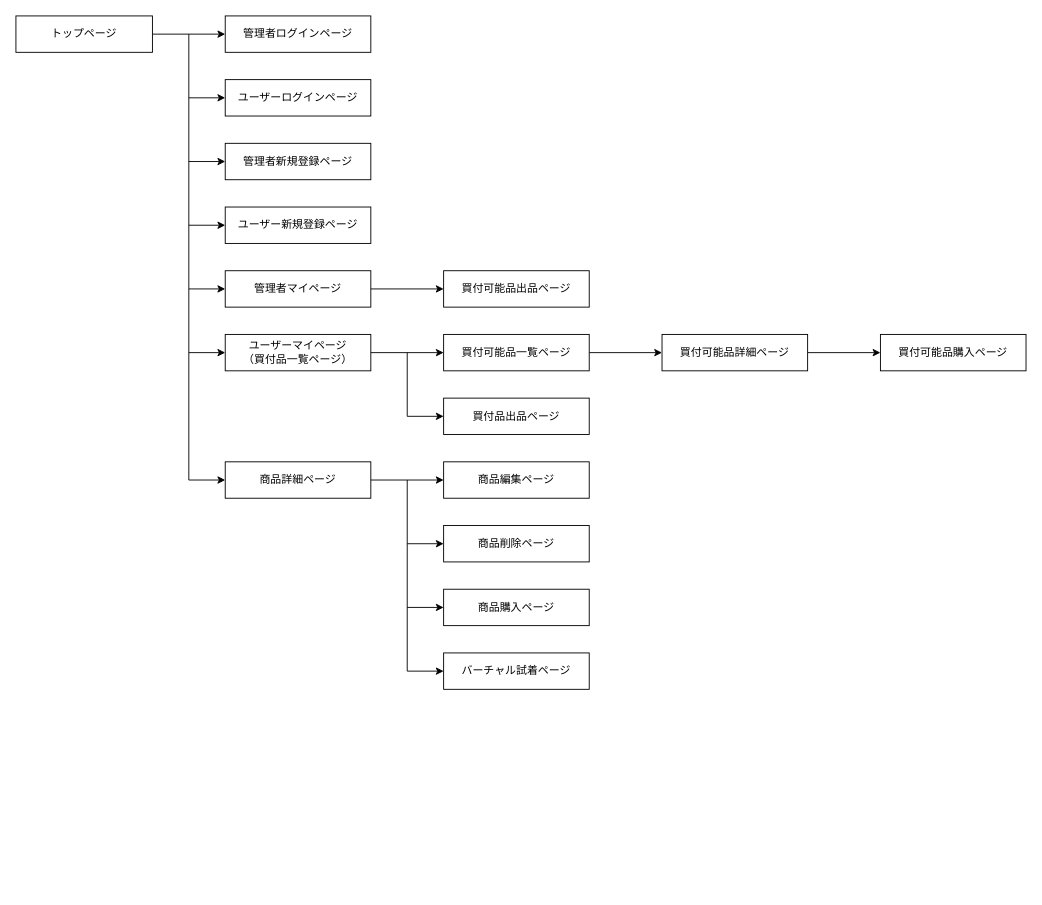
The draw.io diagram transition.dio in datiko1115/baton_app5, before the edit. Source tidied: cells renumbered, new cells numbered last; positions are measured from the earlier drawing's top-left corner, leaving out a move shared by most shapes. Both pictures are drawn from the tidied source at 91%, with x=0, y=0 at pixel (15, 15).
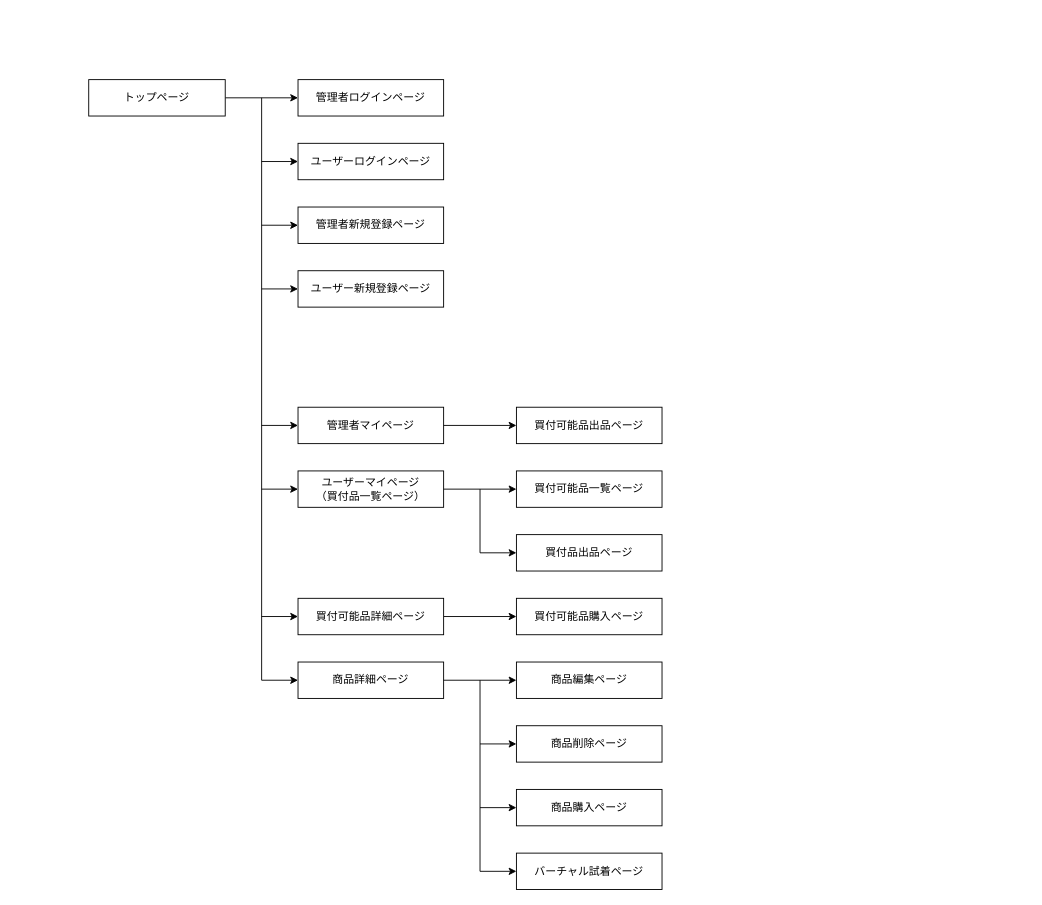
The same page after the edit.

Diff of the diagram source:
```diff
@@
     <mxCell id="3" value="トップページ" style="whiteSpace=wrap;html=1;align=center;" parent="1" vertex="1">
-      <mxGeometry width="150" height="40" as="geometry" />
+      <mxGeometry x="80" y="70" width="150" height="40" as="geometry" />
     </mxCell>
     <mxCell id="4" style="endArrow=none;html=1;rounded=0;" parent="1" edge="1">
       <mxGeometry relative="1" as="geometry">
-        <mxPoint x="190" y="20" as="sourcePoint" />
-        <mxPoint x="190" y="510" as="targetPoint" />
+        <mxPoint x="270" y="90" as="sourcePoint" />
+        <mxPoint x="270" y="730" as="targetPoint" />
       </mxGeometry>
     </mxCell>
     <mxCell id="5" value="管理者ログインページ" style="whiteSpace=wrap;html=1;align=center;" parent="1" vertex="1">
-      <mxGeometry x="230" width="160" height="40" as="geometry" />
+      <mxGeometry x="310" y="70" width="160" height="40" as="geometry" />
     </mxCell>
     <mxCell id="6" value="ユーザーログインページ" style="whiteSpace=wrap;html=1;align=center;" parent="1" vertex="1">
-      <mxGeometry x="230" y="70" width="160" height="40" as="geometry" />
+      <mxGeometry x="310" y="140" width="160" height="40" as="geometry" />
     </mxCell>
     <mxCell id="7" value="管理者新規登録ページ" style="whiteSpace=wrap;html=1;align=center;" parent="1" vertex="1">
-      <mxGeometry x="230" y="140" width="160" height="40" as="geometry" />
+      <mxGeometry x="310" y="210" width="160" height="40" as="geometry" />
     </mxCell>
     <mxCell id="8" value="ユーザー新規登録ページ" style="whiteSpace=wrap;html=1;align=center;" parent="1" vertex="1">
-      <mxGeometry x="230" y="210" width="160" height="40" as="geometry" />
+      <mxGeometry x="310" y="280" width="160" height="40" as="geometry" />
     </mxCell>
     <mxCell id="9" value="管理者マイページ" style="whiteSpace=wrap;html=1;align=center;" parent="1" vertex="1">
-      <mxGeometry x="230" y="280" width="160" height="40" as="geometry" />
+      <mxGeometry x="310" y="430" width="160" height="40" as="geometry" />
     </mxCell>
     <mxCell id="10" value="ユーザーマイページ&lt;br&gt;（買付品一覧ページ）" style="whiteSpace=wrap;html=1;align=center;" parent="1" vertex="1">
-      <mxGeometry x="230" y="350" width="160" height="40" as="geometry" />
+      <mxGeometry x="310" y="500" width="160" height="40" as="geometry" />
     </mxCell>
     <mxCell id="11" value="商品詳細ページ" style="whiteSpace=wrap;html=1;align=center;" parent="1" vertex="1">
-      <mxGeometry x="230" y="490" width="160" height="40" as="geometry" />
+      <mxGeometry x="310" y="710" width="160" height="40" as="geometry" />
     </mxCell>
     <mxCell id="12" value="買付可能品出品ページ" style="whiteSpace=wrap;html=1;align=center;" parent="1" vertex="1">
-      <mxGeometry x="470" y="280" width="160" height="40" as="geometry" />
+      <mxGeometry x="550" y="430" width="160" height="40" as="geometry" />
     </mxCell>
-    <mxCell id="13" style="edgeStyle=none;html=1;" parent="1" edge="1" source="14" target="34">
-      <mxGeometry relative="1" as="geometry" />
+    <mxCell id="13" style="edgeStyle=none;html=1;" parent="1" edge="1" target="34">
+      <mxGeometry relative="1" as="geometry">
+        <mxPoint x="270" y="660" as="sourcePoint" />
+      </mxGeometry>
     </mxCell>
     <mxCell id="14" value="買付可能品一覧ページ" style="whiteSpace=wrap;html=1;align=center;" parent="1" vertex="1">
-      <mxGeometry x="470" y="350" width="160" height="40" as="geometry" />
+      <mxGeometry x="550" y="500" width="160" height="40" as="geometry" />
     </mxCell>
     <mxCell id="15" value="商品編集ページ" style="whiteSpace=wrap;html=1;align=center;" parent="1" vertex="1">
-      <mxGeometry x="470" y="490" width="160" height="40" as="geometry" />
+      <mxGeometry x="550" y="710" width="160" height="40" as="geometry" />
     </mxCell>
     <mxCell id="16" value="商品削除ページ" style="whiteSpace=wrap;html=1;align=center;" parent="1" vertex="1">
-      <mxGeometry x="470" y="560" width="160" height="40" as="geometry" />
+      <mxGeometry x="550" y="780" width="160" height="40" as="geometry" />
     </mxCell>
     <mxCell id="17" value="商品購入ページ" style="whiteSpace=wrap;html=1;align=center;" parent="1" vertex="1">
-      <mxGeometry x="470" y="630" width="160" height="40" as="geometry" />
+      <mxGeometry x="550" y="850" width="160" height="40" as="geometry" />
     </mxCell>
     <mxCell id="18" style="edgeStyle=none;html=1;" parent="1" edge="1">
       <mxGeometry relative="1" as="geometry">
-        <mxPoint x="190" y="90" as="sourcePoint" />
-        <mxPoint x="230" y="90" as="targetPoint" />
+        <mxPoint x="270" y="160" as="sourcePoint" />
+        <mxPoint x="310" y="160" as="targetPoint" />
       </mxGeometry>
     </mxCell>
     <mxCell id="19" value="買付品出品ページ" style="whiteSpace=wrap;html=1;align=center;" parent="1" vertex="1">
-      <mxGeometry x="470" y="420" width="160" height="40" as="geometry" />
+      <mxGeometry x="550" y="570" width="160" height="40" as="geometry" />
     </mxCell>
     <mxCell id="20" style="edgeStyle=none;html=1;" parent="1" edge="1">
       <mxGeometry relative="1" as="geometry">
-        <mxPoint x="190" y="160" as="sourcePoint" />
-        <mxPoint x="230" y="160" as="targetPoint" />
+        <mxPoint x="270" y="230" as="sourcePoint" />
+        <mxPoint x="310" y="230" as="targetPoint" />
       </mxGeometry>
     </mxCell>
     <mxCell id="21" style="edgeStyle=none;html=1;entryX=0;entryY=0.5;entryDx=0;entryDy=0;" parent="1" edge="1" target="8">
       <mxGeometry relative="1" as="geometry">
-        <mxPoint x="190" y="230" as="sourcePoint" />
+        <mxPoint x="270" y="300" as="sourcePoint" />
       </mxGeometry>
     </mxCell>
     <mxCell id="22" style="edgeStyle=none;html=1;" parent="1" edge="1">
       <mxGeometry relative="1" as="geometry">
-        <mxPoint x="190" y="300" as="sourcePoint" />
-        <mxPoint x="230" y="300" as="targetPoint" />
+        <mxPoint x="270" y="450" as="sourcePoint" />
+        <mxPoint x="310" y="450" as="targetPoint" />
       </mxGeometry>
     </mxCell>
     <mxCell id="23" style="edgeStyle=none;html=1;entryX=0;entryY=0.5;entryDx=0;entryDy=0;" parent="1" edge="1" target="10">
       <mxGeometry relative="1" as="geometry">
-        <mxPoint x="190" y="370" as="sourcePoint" />
+        <mxPoint x="270" y="520" as="sourcePoint" />
       </mxGeometry>
     </mxCell>
     <mxCell id="24" style="edgeStyle=none;html=1;" parent="1" edge="1">
       <mxGeometry relative="1" as="geometry">
-        <mxPoint x="190" y="510" as="sourcePoint" />
-        <mxPoint x="230" y="510" as="targetPoint" />
+        <mxPoint x="270" y="730" as="sourcePoint" />
+        <mxPoint x="310" y="730" as="targetPoint" />
       </mxGeometry>
     </mxCell>
@@
     <mxCell id="27" style="endArrow=none;html=1;rounded=0;" parent="1" edge="1">
       <mxGeometry relative="1" as="geometry">
-        <mxPoint x="430" y="370" as="sourcePoint" />
-        <mxPoint x="430" y="440" as="targetPoint" />
+        <mxPoint x="510" y="520" as="sourcePoint" />
+        <mxPoint x="510" y="590" as="targetPoint" />
       </mxGeometry>
     </mxCell>
     <mxCell id="28" style="edgeStyle=none;html=1;" parent="1" edge="1">
       <mxGeometry relative="1" as="geometry">
-        <mxPoint x="430" y="440" as="sourcePoint" />
-        <mxPoint x="470" y="440" as="targetPoint" />
+        <mxPoint x="510" y="590" as="sourcePoint" />
+        <mxPoint x="550" y="590" as="targetPoint" />
       </mxGeometry>
     </mxCell>
     <mxCell id="29" style="edgeStyle=none;html=1;exitX=1;exitY=0.5;exitDx=0;exitDy=0;" parent="1" edge="1" source="11">
       <mxGeometry relative="1" as="geometry">
-        <mxPoint x="470" y="510" as="targetPoint" />
+        <mxPoint x="550" y="730" as="targetPoint" />
       </mxGeometry>
     </mxCell>
     <mxCell id="30" style="endArrow=none;html=1;rounded=0;" parent="1" edge="1">
       <mxGeometry relative="1" as="geometry">
-        <mxPoint x="430" y="510" as="sourcePoint" />
-        <mxPoint x="430" y="720" as="targetPoint" />
+        <mxPoint x="510" y="730" as="sourcePoint" />
+        <mxPoint x="510" y="940" as="targetPoint" />
       </mxGeometry>
     </mxCell>
     <mxCell id="31" style="edgeStyle=none;html=1;" parent="1" edge="1">
       <mxGeometry relative="1" as="geometry">
-        <mxPoint x="430" y="580" as="sourcePoint" />
-        <mxPoint x="470" y="580" as="targetPoint" />
+        <mxPoint x="510" y="800" as="sourcePoint" />
+        <mxPoint x="550" y="800" as="targetPoint" />
       </mxGeometry>
     </mxCell>
     <mxCell id="32" style="edgeStyle=none;html=1;" parent="1" edge="1">
       <mxGeometry relative="1" as="geometry">
-        <mxPoint x="430" y="650" as="sourcePoint" />
-        <mxPoint x="470" y="650" as="targetPoint" />
+        <mxPoint x="510" y="870" as="sourcePoint" />
+        <mxPoint x="550" y="870" as="targetPoint" />
       </mxGeometry>
     </mxCell>
@@
     <mxCell id="34" value="買付可能品詳細ページ" style="whiteSpace=wrap;html=1;align=center;" parent="1" vertex="1">
-      <mxGeometry x="710" y="350" width="160" height="40" as="geometry" />
+      <mxGeometry x="310" y="640" width="160" height="40" as="geometry" />
     </mxCell>
     <mxCell id="35" value="買付可能品購入ページ" style="whiteSpace=wrap;html=1;align=center;" parent="1" vertex="1">
-      <mxGeometry x="950" y="350" width="160" height="40" as="geometry" />
+      <mxGeometry x="550" y="640" width="160" height="40" as="geometry" />
     </mxCell>
     <mxCell id="36" value="バーチャル試着ページ" style="whiteSpace=wrap;html=1;align=center;" parent="1" vertex="1">
-      <mxGeometry x="470" y="700" width="160" height="40" as="geometry" />
+      <mxGeometry x="550" y="920" width="160" height="40" as="geometry" />
     </mxCell>
     <mxCell id="37" style="edgeStyle=none;html=1;" parent="1" edge="1">
       <mxGeometry relative="1" as="geometry">
-        <mxPoint x="430" y="720" as="sourcePoint" />
-        <mxPoint x="470" y="720" as="targetPoint" />
+        <mxPoint x="510" y="940" as="sourcePoint" />
+        <mxPoint x="550" y="940" as="targetPoint" />
       </mxGeometry>
     </mxCell>
```
